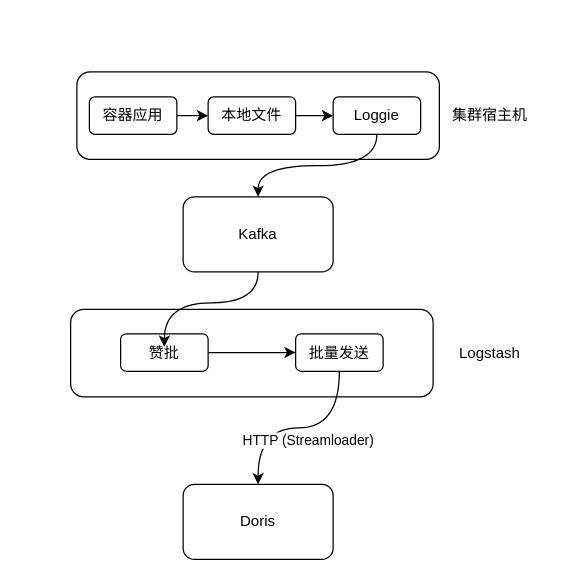
maxuewen/draw.io keeps this draw.io diagram as page "数据写入方案一" (1 of 3) of Doris接入分享.drawio. Above is the earlier version. Source tidied: cells renumbered, new cells numbered last; positions are measured from the earlier drawing's top-left corner, leaving out a move shared by most shapes. Both pictures are drawn from the tidied source at 125%, with x=0, y=0 at pixel (70, 71). Pictures stored in the file or linked from it are replaced by grey dashed boxes.
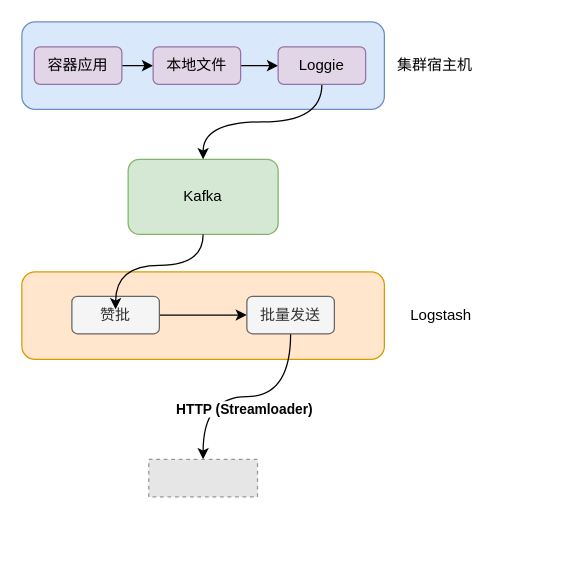
The same page after the edit.

Diff of the diagram source:
```diff
@@
-    <mxCell id="2" style="rounded=1;whiteSpace=wrap;html=1;" parent="1" vertex="1">
-      <mxGeometry y="190" width="290" height="70" as="geometry" />
+    <mxCell id="2" style="rounded=1;whiteSpace=wrap;html=1;fillColor=#ffe6cc;strokeColor=#d79b00;" parent="1" vertex="1">
+      <mxGeometry x="-39" y="160" width="290" height="70" as="geometry" />
     </mxCell>
-    <mxCell id="3" style="rounded=1;whiteSpace=wrap;html=1;" parent="1" vertex="1">
-      <mxGeometry x="5" width="290" height="70" as="geometry" />
+    <mxCell id="3" style="rounded=1;whiteSpace=wrap;html=1;fillColor=#dae8fc;strokeColor=#6c8ebf;" parent="1" vertex="1">
+      <mxGeometry x="-39" y="-40" width="290" height="70" as="geometry" />
     </mxCell>
-    <mxCell id="4" value="Kafka" style="rounded=1;whiteSpace=wrap;html=1;" parent="1" vertex="1">
-      <mxGeometry x="90" y="100" width="120" height="60" as="geometry" />
+    <mxCell id="4" value="Kafka" style="rounded=1;whiteSpace=wrap;html=1;fillColor=#d5e8d4;strokeColor=#82b366;" parent="1" vertex="1">
+      <mxGeometry x="46" y="70" width="120" height="60" as="geometry" />
     </mxCell>
@@
-    <mxCell id="6" value="容器应用" style="rounded=1;whiteSpace=wrap;html=1;" parent="1" vertex="1">
-      <mxGeometry x="15" y="20" width="70" height="30" as="geometry" />
+    <mxCell id="6" value="容器应用" style="rounded=1;whiteSpace=wrap;html=1;fillColor=#e1d5e7;strokeColor=#9673a6;" parent="1" vertex="1">
+      <mxGeometry x="-29" y="-20" width="70" height="30" as="geometry" />
     </mxCell>
@@
-    <mxCell id="8" value="本地文件" style="rounded=1;whiteSpace=wrap;html=1;" parent="1" vertex="1">
-      <mxGeometry x="110" y="20" width="70" height="30" as="geometry" />
+    <mxCell id="8" value="本地文件" style="rounded=1;whiteSpace=wrap;html=1;fillColor=#e1d5e7;strokeColor=#9673a6;" parent="1" vertex="1">
+      <mxGeometry x="66" y="-20" width="70" height="30" as="geometry" />
     </mxCell>
@@
-    <mxCell id="10" value="Loggie" style="rounded=1;whiteSpace=wrap;html=1;" parent="1" vertex="1">
-      <mxGeometry x="210" y="20" width="70" height="30" as="geometry" />
+    <mxCell id="10" value="Loggie" style="rounded=1;whiteSpace=wrap;html=1;fillColor=#e1d5e7;strokeColor=#9673a6;" parent="1" vertex="1">
+      <mxGeometry x="166" y="-20" width="70" height="30" as="geometry" />
     </mxCell>
-    <mxCell id="11" value="Doris" style="rounded=1;whiteSpace=wrap;html=1;" parent="1" vertex="1">
-      <mxGeometry x="90" y="330" width="120" height="60" as="geometry" />
-    </mxCell>
@@
-    <mxCell id="13" value="赞批" style="rounded=1;whiteSpace=wrap;html=1;" parent="1" vertex="1">
-      <mxGeometry x="40" y="209.5" width="70" height="30" as="geometry" />
+    <mxCell id="13" value="赞批" style="rounded=1;whiteSpace=wrap;html=1;fillColor=#f5f5f5;strokeColor=#666666;fontColor=#333333;" parent="1" vertex="1">
+      <mxGeometry x="1" y="179.5" width="70" height="30" as="geometry" />
     </mxCell>
-    <mxCell id="14" style="edgeStyle=orthogonalEdgeStyle;rounded=0;jettySize=auto;html=1;curved=1;" parent="1" edge="1" source="16" target="11">
+    <mxCell id="14" style="edgeStyle=orthogonalEdgeStyle;rounded=0;jettySize=auto;html=1;curved=1;" parent="1" edge="1" source="16" target="20">
       <mxGeometry relative="1" as="geometry" />
     </mxCell>
-    <mxCell id="15" value="HTTP (Streaml&lt;span style=&quot;background-color: light-dark(#ffffff, var(--ge-dark-color, #121212)); color: light-dark(rgb(0, 0, 0), rgb(255, 255, 255));&quot;&gt;oader)&lt;/span&gt;" style="edgeLabel;html=1;align=center;verticalAlign=middle;" parent="14" vertex="1">
+    <mxCell id="15" value="&lt;b&gt;HTTP (Streaml&lt;span style=&quot;background-color: light-dark(#ffffff, var(--ge-dark-color, #121212)); color: light-dark(rgb(0, 0, 0), rgb(255, 255, 255));&quot;&gt;oader)&lt;/span&gt;&lt;/b&gt;" style="edgeLabel;html=1;align=center;verticalAlign=middle;" parent="14" vertex="1">
       <mxGeometry x="-0.09" y="-2" relative="1" as="geometry">
-        <mxPoint y="12" as="offset" />
+        <mxPoint x="-10" y="12" as="offset" />
       </mxGeometry>
     </mxCell>
-    <mxCell id="16" value="批量发送" style="rounded=1;whiteSpace=wrap;html=1;" parent="1" vertex="1">
-      <mxGeometry x="180" y="209.5" width="70" height="30" as="geometry" />
+    <mxCell id="16" value="批量发送" style="rounded=1;whiteSpace=wrap;html=1;fillColor=#f5f5f5;strokeColor=#666666;fontColor=#333333;" parent="1" vertex="1">
+      <mxGeometry x="141" y="179.5" width="70" height="30" as="geometry" />
     </mxCell>
     <mxCell id="17" value="集群宿主机" style="text;html=1;align=center;verticalAlign=middle;strokeColor=none;fillColor=none;" parent="1" vertex="1">
-      <mxGeometry x="295" y="20" width="80" height="30" as="geometry" />
+      <mxGeometry x="251" y="-20" width="80" height="30" as="geometry" />
     </mxCell>
     <mxCell id="18" value="Logstash" style="text;html=1;align=center;verticalAlign=middle;strokeColor=none;fillColor=none;" parent="1" vertex="1">
-      <mxGeometry x="300" y="209.5" width="70" height="30" as="geometry" />
+      <mxGeometry x="261" y="179.5" width="70" height="30" as="geometry" />
     </mxCell>
@@
+    <mxCell id="20" style="fillColor=#E6E6E6;strokeColor=#999999;dashed=1;verticalLabelPosition=bottom;labelBackgroundColor=default;verticalAlign=top;" parent="1" vertex="1">
+      <mxGeometry x="62.5" y="310" width="87" height="30" as="geometry" />
+    </mxCell>
```
